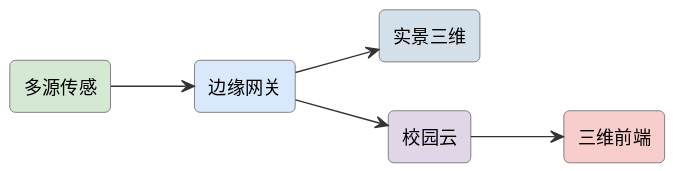
Earlier version of the PlantUML export assets/diagrams/ideas-fig123.svg (mingyi0818/IntelligentMcuCourse). Source of this version:
```plantuml
@startuml
skinparam defaultFontName "Microsoft YaHei"
skinparam rectangleRoundCorner 8
skinparam rectangleBorderColor #555
skinparam rectangleFontSize 13
skinparam arrowFontSize 11
skinparam arrowColor #333
left to right direction
rectangle "多源传感" as s #d5e8d4
rectangle "边缘网关" as edge #dae8fc
rectangle "实景三维" as tw #d3e0ea
rectangle "校园云" as cloud #e1d5e8
rectangle "三维前端" as web #f8cecc
s --> edge
edge --> tw
edge --> cloud
cloud --> web
@enduml
```
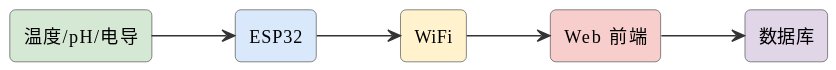
The same file after the commit.

Change to the diagram source:
```diff
@@ -6,13 +6,13 @@
 skinparam arrowFontSize 11
 skinparam arrowColor #333
 left to right direction
-rectangle "多源传感" as s #d5e8d4
-rectangle "边缘网关" as edge #dae8fc
-rectangle "实景三维" as tw #d3e0ea
-rectangle "校园云" as cloud #e1d5e8
-rectangle "三维前端" as web #f8cecc
-s --> edge
-edge --> tw
-edge --> cloud
-cloud --> web
+rectangle "温度/pH/电导" as s #d5e8d4
+rectangle "ESP32" as esp #dae8fc
+rectangle "WiFi" as wifi #fff2cc
+rectangle "Web 前端" as web #f8cecc
+rectangle "数据库" as db #e1d5e8
+s --> esp
+esp --> wifi
+wifi --> web
+web --> db
 @enduml
```
